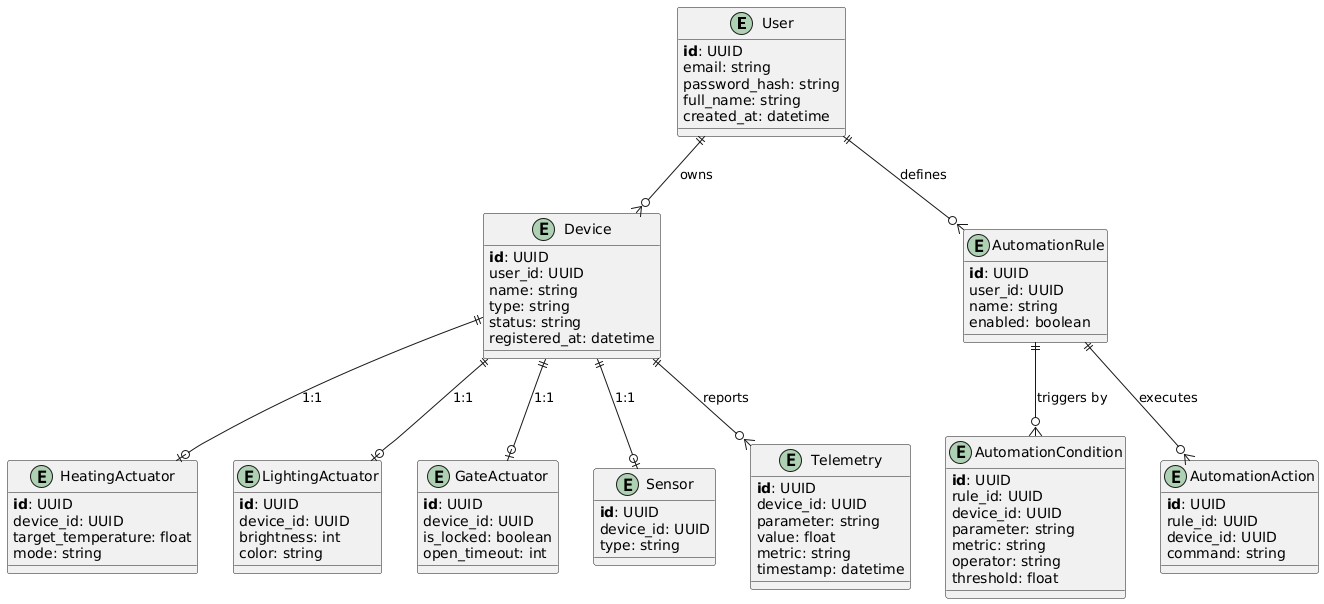
This is diagrams/ER.png from Irbiss555/sprint_3, a PlantUML export, as it was before one commit. Its diagram source:
```plantuml
@startuml
!define primary_key(x) <b>x</b>
entity "User" as user {
  primary_key(id): UUID
  email: string
  password_hash: string
  full_name: string
  created_at: datetime
}

entity "Device" as device {
  primary_key(id): UUID
  user_id: UUID
  name: string
  type: string
  status: string
  registered_at: datetime
}
entity "HeatingActuator" as heat {
  primary_key(id): UUID
  device_id: UUID
  target_temperature: float
  mode: string
}

entity "LightingActuator" as light {
  primary_key(id): UUID
  device_id: UUID
  brightness: int
  color: string
}

entity "GateActuator" as gate {
  primary_key(id): UUID
  device_id: UUID
  is_locked: boolean
  open_timeout: int
}

entity "Sensor" as sensor {
  primary_key(id): UUID
  device_id: UUID
  type: string
}

entity "Telemetry" as telemetry {
  primary_key(id): UUID
  device_id: UUID
  parameter: string
  value: float
  metric: string
  timestamp: datetime
}

entity "AutomationRule" as rule {
  primary_key(id): UUID
  user_id: UUID
  name: string
  enabled: boolean
}

entity "AutomationCondition" as condition {
  primary_key(id): UUID
  rule_id: UUID
  device_id: UUID
  parameter: string
  metric: string
  operator: string
  threshold: float
}

entity "AutomationAction" as action {
  primary_key(id): UUID
  rule_id: UUID
  device_id: UUID
  command: string
}

user ||--o{ device : owns
device ||--o{ telemetry : reports
user ||--o{ rule : defines
rule ||--o{ condition : triggers by
rule ||--o{ action : executes
device ||--o| heat : "1:1"
device ||--o| light : "1:1"
device ||--o| gate : "1:1"
device ||--o| sensor : "1:1"

@enduml
```
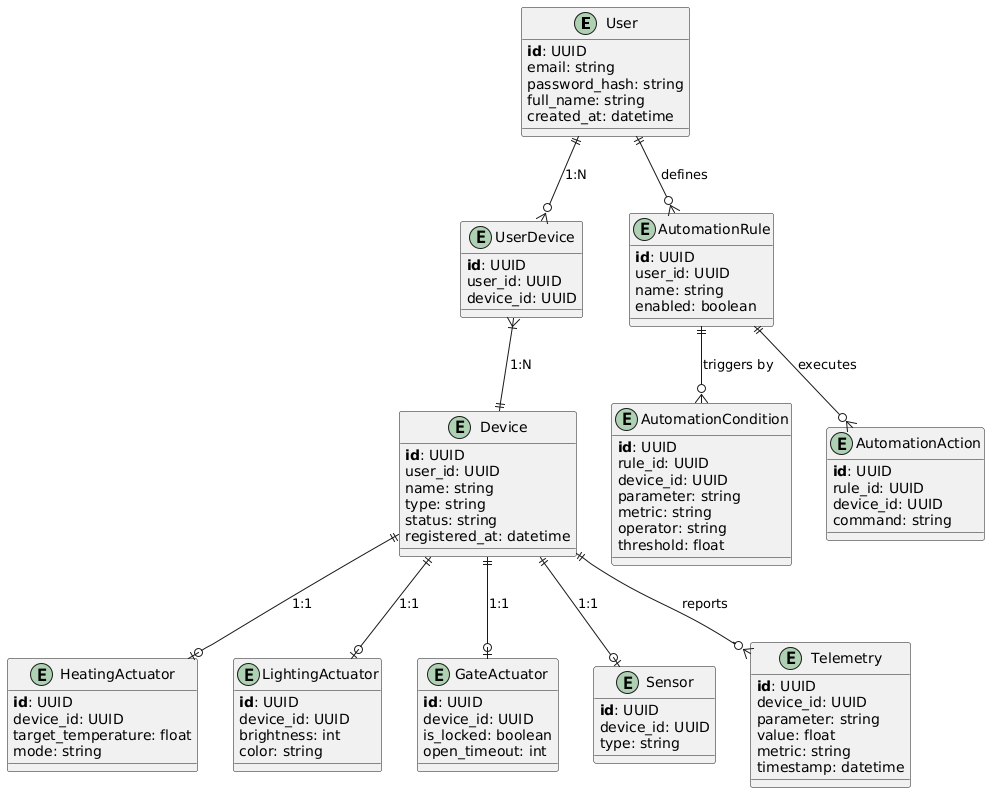
The same file after the commit.

Commit message:
update ER diagram to include UserDevice entity and relationships; update container diagram to specify API Gateway technology

Change to the diagram source:
```diff
@@ -1,11 +1,18 @@
 @startuml
 !define primary_key(x) <b>x</b>
+
 entity "User" as user {
   primary_key(id): UUID
   email: string
   password_hash: string
   full_name: string
   created_at: datetime
+}
+
+entity "UserDevice" as user_device {
+  primary_key(id): UUID
+  user_id: UUID
+  device_id: UUID
 }
 
 entity "Device" as device {
@@ -76,7 +83,8 @@
   command: string
 }
 
-user ||--o{ device : owns
+user ||--o{ user_device : "1:N"
+user_device }|--|| device : "1:N"
 device ||--o{ telemetry : reports
 user ||--o{ rule : defines
 rule ||--o{ condition : triggers by
```
